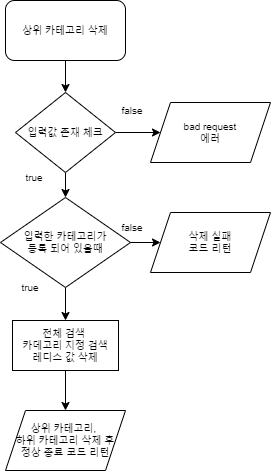
This is readmefiles/상위카테고리삭제.png from Moonbyeonggeun/categoryApi, a draw.io export, as it was before one commit. Source tidied: cells renumbered, new cells last; positions are measured from the earlier drawing's top-left corner, leaving out a move shared by most shapes.
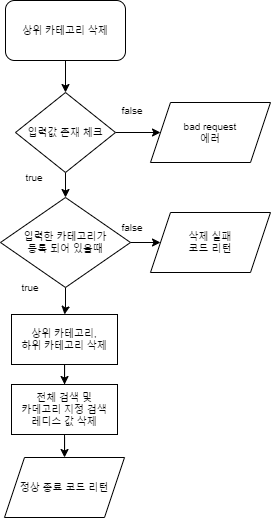
Above is the later version.

What changed in the source:
```diff
@@ -32,12 +32,12 @@
     <mxCell id="11" value="false" style="text;html=1;strokeColor=none;fillColor=none;align=center;verticalAlign=middle;whiteSpace=wrap;rounded=0;fontSize=10;" parent="1" vertex="1">
       <mxGeometry x="102" y="212" width="60" height="30" as="geometry" />
     </mxCell>
-    <mxCell id="12" value="상위 카테고리, &lt;br&gt;하위 카테고리 삭제 후&lt;br style=&quot;font-size: 10px;&quot;&gt;정상 종료 코드 리턴" style="shape=parallelogram;perimeter=parallelogramPerimeter;whiteSpace=wrap;html=1;fixedSize=1;fontSize=10;" parent="1" vertex="1">
-      <mxGeometry x="5" y="410" width="120" height="60" as="geometry" />
+    <mxCell id="12" value="정상 종료 코드 리턴" style="shape=parallelogram;perimeter=parallelogramPerimeter;whiteSpace=wrap;html=1;fixedSize=1;fontSize=10;" parent="1" vertex="1">
+      <mxGeometry x="4" y="457" width="120" height="60" as="geometry" />
     </mxCell>
-    <mxCell id="13" style="edgeStyle=orthogonalEdgeStyle;rounded=0;jettySize=auto;html=1;" parent="1" edge="1" source="14" target="18">
-      <mxGeometry relative="1" as="geometry" />
-    </mxCell>
+    <mxCell id="19" style="edgeStyle=orthogonalEdgeStyle;rounded=0;jettySize=auto;html=1;" parent="1" edge="1" source="14" target="21">
+      <mxGeometry relative="1" as="geometry" />
+    </mxCell>
     <mxCell id="14" value="&lt;font style=&quot;font-size: 10px;&quot;&gt;입력한 카테고리가&lt;br style=&quot;font-size: 10px;&quot;&gt;등록 되어 있을때&lt;/font&gt;" style="rhombus;whiteSpace=wrap;html=1;fontSize=10;" parent="1" vertex="1">
       <mxGeometry y="197" width="130" height="90" as="geometry" />
     </mxCell>
@@ -50,8 +50,14 @@
     <mxCell id="17" style="edgeStyle=orthogonalEdgeStyle;rounded=0;jettySize=auto;html=1;" parent="1" edge="1" source="18" target="12">
       <mxGeometry relative="1" as="geometry" />
     </mxCell>
-    <mxCell id="18" value="전체 검색 &lt;br&gt;카데고리 지정 검색&lt;br&gt;레디스 값 삭제" style="rounded=0;whiteSpace=wrap;html=1;fontSize=10;" parent="1" vertex="1">
-      <mxGeometry x="12" y="320" width="106" height="50" as="geometry" />
+    <mxCell id="18" value="전체 검색 및&lt;br&gt;카데고리 지정 검색&lt;br&gt;레디스 값 삭제" style="rounded=0;whiteSpace=wrap;html=1;fontSize=10;" parent="1" vertex="1">
+      <mxGeometry x="11" y="384" width="106" height="50" as="geometry" />
     </mxCell>
+    <mxCell id="20" style="edgeStyle=orthogonalEdgeStyle;rounded=0;jettySize=auto;html=1;" parent="1" edge="1" source="21" target="18">
+      <mxGeometry relative="1" as="geometry" />
+    </mxCell>
+    <mxCell id="21" value="상위 카테고리,&lt;br&gt;하위 카테고리 삭제" style="rounded=0;whiteSpace=wrap;html=1;fontSize=10;" parent="1" vertex="1">
+      <mxGeometry x="11" y="314" width="106" height="50" as="geometry" />
+    </mxCell>
   </root>
 </mxGraphModel>
```
